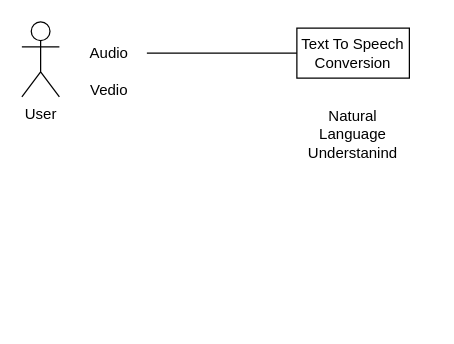
This is Untitled Diagram.drawio from ahmad2001hotmailyahoo/ahmad-arc, a draw.io file, before an edit. Source tidied: cells renumbered, new cells numbered last; positions are measured from the earlier drawing's top-left corner, leaving out a move shared by most shapes. Both pictures are drawn from the tidied source at 125%, with x=0, y=0 at pixel (21, 21).
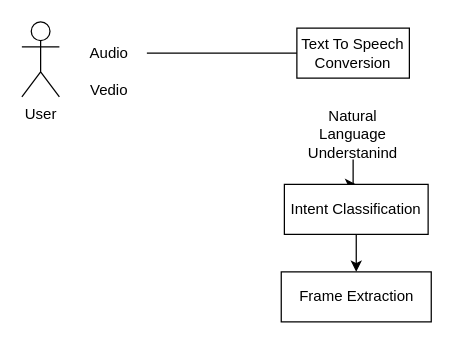
Above is the later version.

Diff of the diagram source:
```diff
@@
 <mxGraphModel>
   <root>
     <mxCell id="0" />
     <mxCell id="1" parent="0" />
     <mxCell id="2" value="User" style="shape=umlActor;verticalLabelPosition=bottom;verticalAlign=top;html=1;" parent="1" vertex="1">
       <mxGeometry width="30" height="60" as="geometry" />
     </mxCell>
     <mxCell id="3" style="edgeStyle=orthogonalEdgeStyle;rounded=0;jettySize=auto;html=1;entryX=0;entryY=0.5;entryDx=0;entryDy=0;" parent="1" edge="1" source="4" target="6">
       <mxGeometry relative="1" as="geometry">
         <Array as="points">
           <mxPoint x="290" y="25" />
         </Array>
       </mxGeometry>
     </mxCell>
     <mxCell id="4" value="Audio" style="text;html=1;strokeColor=none;fillColor=none;align=center;verticalAlign=middle;whiteSpace=wrap;rounded=0;" parent="1" vertex="1">
       <mxGeometry x="40" y="10" width="60" height="30" as="geometry" />
     </mxCell>
     <mxCell id="5" value="Vedio" style="text;html=1;strokeColor=none;fillColor=none;align=center;verticalAlign=middle;whiteSpace=wrap;rounded=0;" parent="1" vertex="1">
       <mxGeometry x="40" y="40" width="60" height="30" as="geometry" />
     </mxCell>
     <mxCell id="6" value="Text To Speech Conversion" style="rounded=0;whiteSpace=wrap;html=1;" parent="1" vertex="1">
       <mxGeometry x="220" y="5" width="90" height="40" as="geometry" />
     </mxCell>
+    <mxCell id="8" style="edgeStyle=orthogonalEdgeStyle;rounded=0;jettySize=auto;html=1;" parent="1" edge="1" source="7" target="10">
+      <mxGeometry relative="1" as="geometry" />
+    </mxCell>
     <mxCell id="7" value="Natural Language Understanind" style="text;html=1;strokeColor=none;fillColor=none;align=center;verticalAlign=middle;whiteSpace=wrap;rounded=0;" parent="1" vertex="1">
       <mxGeometry x="220" y="70" width="90" height="40" as="geometry" />
     </mxCell>
+    <mxCell id="9" style="edgeStyle=orthogonalEdgeStyle;rounded=0;jettySize=auto;html=1;" parent="1" edge="1" source="10" target="11">
+      <mxGeometry relative="1" as="geometry" />
+    </mxCell>
+    <mxCell id="10" value="Intent Classification" style="whiteSpace=wrap;html=1;" parent="1" vertex="1">
+      <mxGeometry x="210" y="130" width="115" height="40" as="geometry" />
+    </mxCell>
+    <mxCell id="11" value="Frame Extraction" style="whiteSpace=wrap;html=1;" parent="1" vertex="1">
+      <mxGeometry x="207.5" y="200" width="120" height="40" as="geometry" />
+    </mxCell>
   </root>
 </mxGraphModel>
```
